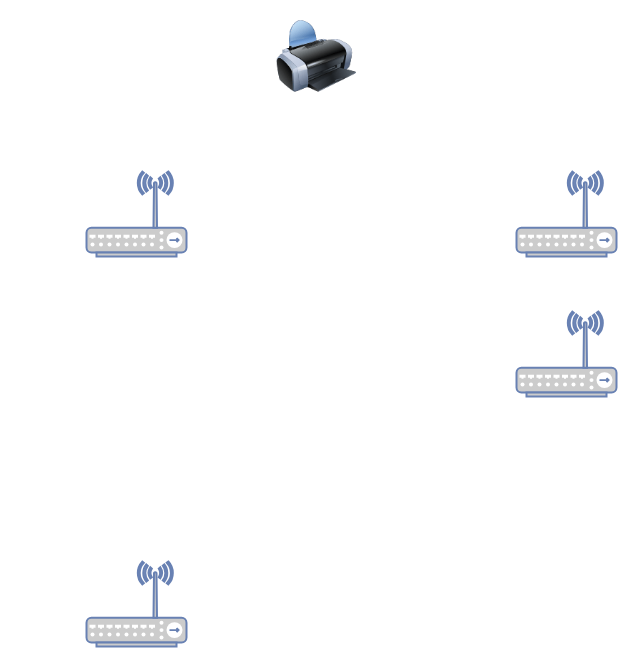
This is 家裏網路圖.drawio from eddiet5131/test, a draw.io file, before an edit. Source tidied: cells renumbered, new cells numbered last; positions are measured from the earlier drawing's top-left corner, leaving out a move shared by most shapes. Both pictures are drawn from the tidied source at 100%, with x=0, y=0 at pixel (86, 16).
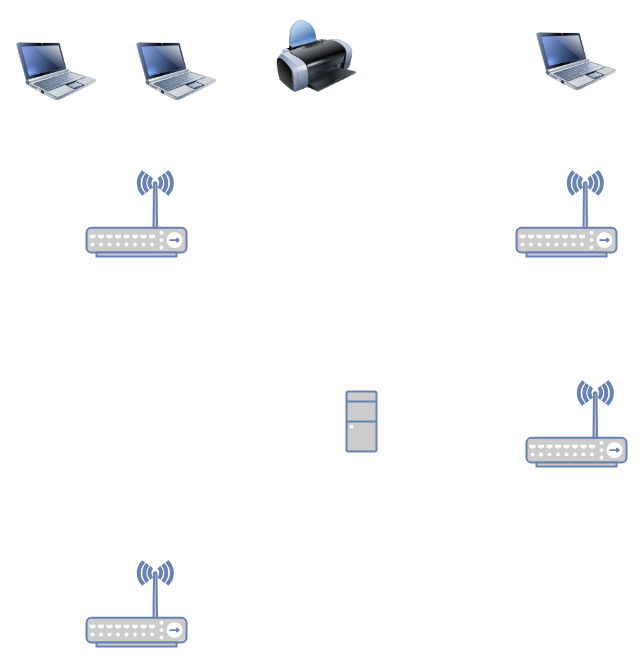
The same diagram, later.

Commit message (it also covers changes not shown here):
Update 家裏網路圖.drawio

What changed in the source:
```diff
@@
 <mxGraphModel>
   <root>
     <mxCell id="0" />
     <mxCell id="1" parent="0" />
     <mxCell id="2" style="fontColor=#0066CC;verticalAlign=top;verticalLabelPosition=bottom;labelPosition=center;align=center;html=1;fillColor=#CCCCCC;strokeColor=#6881B3;gradientColor=none;gradientDirection=north;strokeWidth=2;shape=mxgraph.networks.wireless_hub;" parent="1" vertex="1">
-      <mxGeometry x="430" y="295" width="100" height="85" as="geometry" />
+      <mxGeometry x="440" y="365" width="100" height="85" as="geometry" />
     </mxCell>
     <mxCell id="3" style="fontColor=#0066CC;verticalAlign=top;verticalLabelPosition=bottom;labelPosition=center;align=center;html=1;fillColor=#CCCCCC;strokeColor=#6881B3;gradientColor=none;gradientDirection=north;strokeWidth=2;shape=mxgraph.networks.wireless_hub;" parent="1" vertex="1">
       <mxGeometry x="430" y="155" width="100" height="85" as="geometry" />
     </mxCell>
     <mxCell id="4" style="fontColor=#0066CC;verticalAlign=top;verticalLabelPosition=bottom;labelPosition=center;align=center;html=1;fillColor=#CCCCCC;strokeColor=#6881B3;gradientColor=none;gradientDirection=north;strokeWidth=2;shape=mxgraph.networks.wireless_hub;" parent="1" vertex="1">
       <mxGeometry y="155" width="100" height="85" as="geometry" />
     </mxCell>
     <mxCell id="5" style="fontColor=#0066CC;verticalAlign=top;verticalLabelPosition=bottom;labelPosition=center;align=center;html=1;fillColor=#CCCCCC;strokeColor=#6881B3;gradientColor=none;gradientDirection=north;strokeWidth=2;shape=mxgraph.networks.wireless_hub;" parent="1" vertex="1">
       <mxGeometry y="545" width="100" height="85" as="geometry" />
     </mxCell>
     <mxCell id="6" style="image;html=1;image=img/lib/clip_art/computers/Printer_128x128.png;" parent="1" vertex="1">
       <mxGeometry x="190" width="80" height="80" as="geometry" />
     </mxCell>
+    <mxCell id="7" style="image;html=1;image=img/lib/clip_art/computers/Netbook_128x128.png;" parent="1" vertex="1">
+      <mxGeometry x="-70" y="15" width="80" height="80" as="geometry" />
+    </mxCell>
+    <mxCell id="8" style="image;html=1;image=img/lib/clip_art/computers/Netbook_128x128.png;" parent="1" vertex="1">
+      <mxGeometry x="450" y="5" width="80" height="80" as="geometry" />
+    </mxCell>
+    <mxCell id="9" style="image;html=1;image=img/lib/clip_art/computers/Netbook_128x128.png;" parent="1" vertex="1">
+      <mxGeometry x="50" y="15" width="80" height="80" as="geometry" />
+    </mxCell>
+    <mxCell id="10" style="fontColor=#0066CC;verticalAlign=top;verticalLabelPosition=bottom;labelPosition=center;align=center;html=1;fillColor=#CCCCCC;strokeColor=#6881B3;gradientColor=none;gradientDirection=north;strokeWidth=2;shape=mxgraph.networks.desktop_pc;" parent="1" vertex="1">
+      <mxGeometry x="260" y="375" width="30" height="60" as="geometry" />
+    </mxCell>
   </root>
 </mxGraphModel>
```
